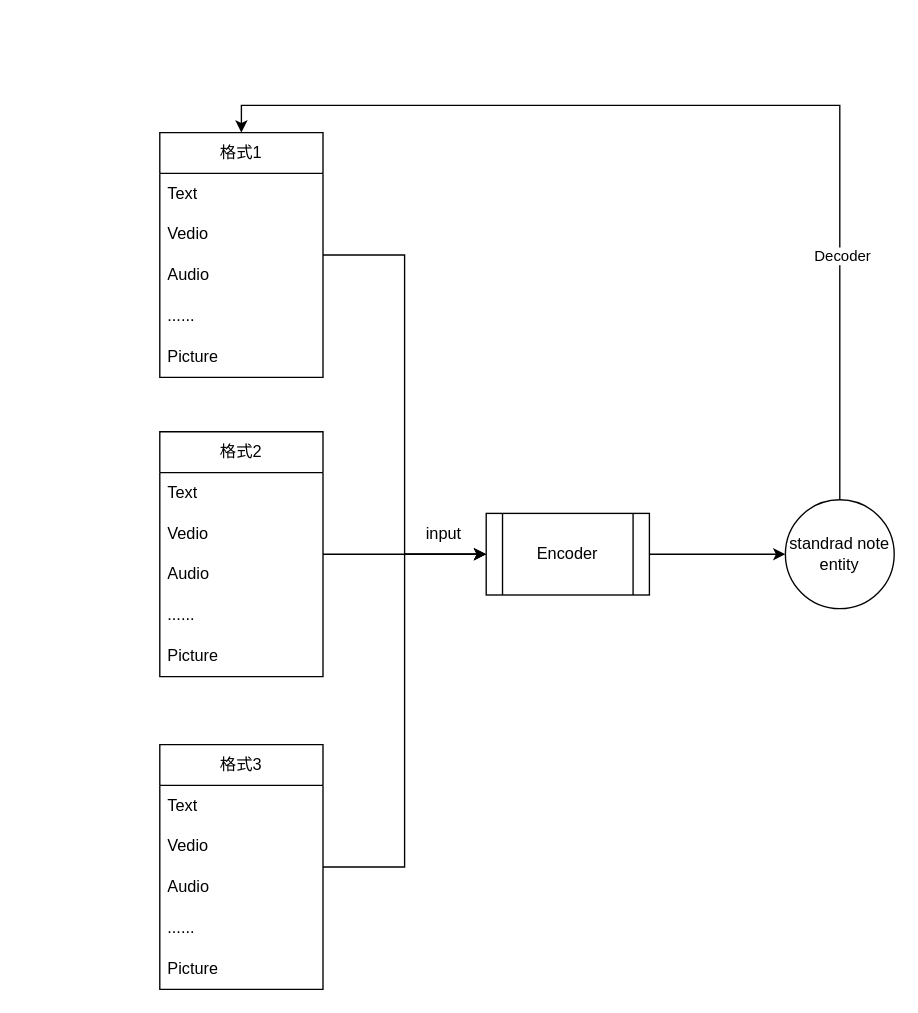
Earlier version of the draw.io diagram docs/日记思路.drawio (Tec-Wang/note). Source tidied: cells renumbered, new cells numbered last; positions are measured from the earlier drawing's top-left corner, leaving out a move shared by most shapes. Both pictures are drawn from the tidied source at 136%, with x=0, y=0 at pixel (159, 105).
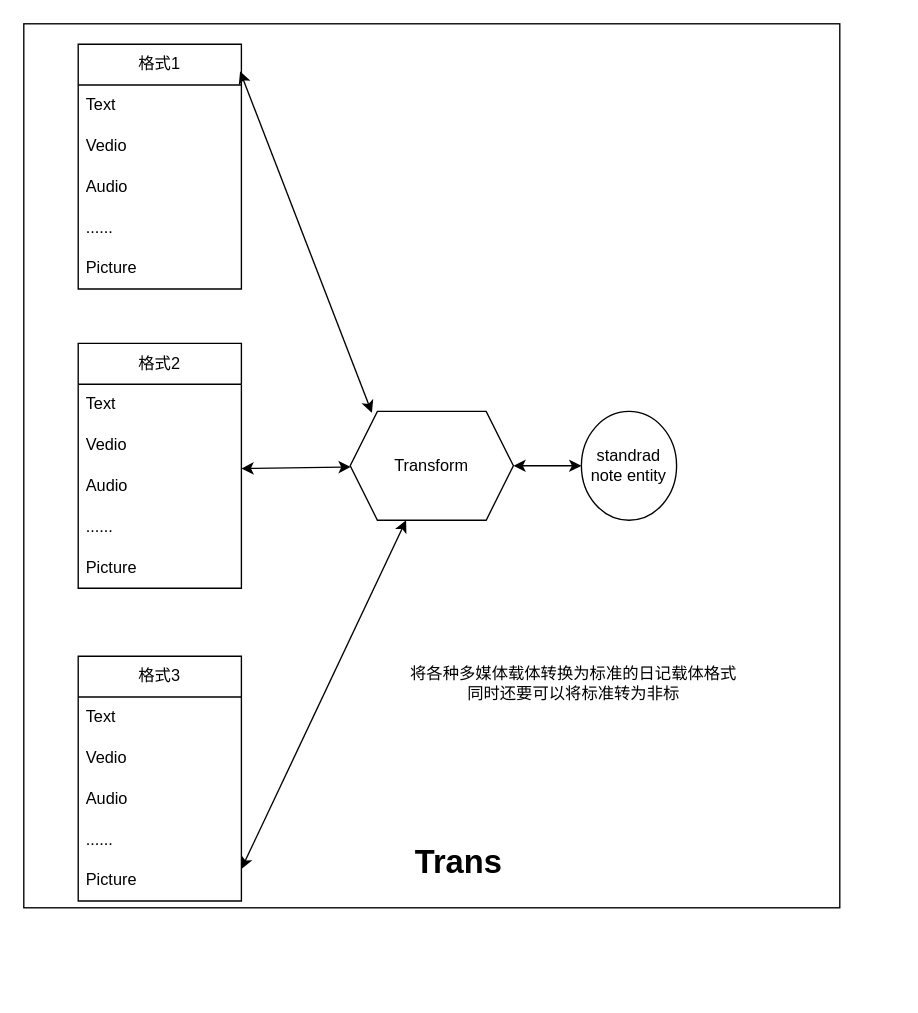
After the change.

Commit message:
更新设计图

Unchanged cells that the change refers to:
```xml
<mxCell id="13" value="Audio" style="text;strokeColor=none;fillColor=none;align=left;verticalAlign=middle;spacingLeft=4;spacingRight=4;overflow=hidden;points=[[0,0.5],[1,0.5]];portConstraint=eastwest;whiteSpace=wrap;html=1;" parent="10" vertex="1">
  <mxGeometry y="90" width="120" height="30" as="geometry" />
</mxCell>
```

Diff of the diagram source:
```diff
@@
-    <mxCell id="2" style="edgeStyle=orthogonalEdgeStyle;rounded=0;jettySize=auto;html=1;entryX=0;entryY=0.5;entryDx=0;entryDy=0;" parent="1" edge="1" source="3" target="24">
-      <mxGeometry relative="1" as="geometry" />
-    </mxCell>
+    <mxCell id="29" style="group;" parent="1" vertex="1">
+      <mxGeometry x="-100" y="-60" width="600" height="650" as="geometry" />
+    </mxCell>
+    <mxCell id="30" value="&lt;blockquote style=&quot;margin: 0 0 0 40px; border: none; padding: 0px;&quot;&gt;&lt;h1 style=&quot;&quot;&gt;Trans&lt;/h1&gt;&lt;/blockquote&gt;" style="rounded=0;whiteSpace=wrap;html=1;align=center;verticalAlign=bottom;" parent="29" vertex="1">
+      <mxGeometry width="600" height="650" as="geometry" />
+    </mxCell>
-    <mxCell id="3" value="格式1" style="swimlane;fontStyle=0;horizontal=1;startSize=30;whiteSpace=wrap;html=1;" parent="1" vertex="1">
-      <mxGeometry y="20" width="120" height="180" as="geometry" />
+    <mxCell id="3" value="格式1" style="swimlane;fontStyle=0;horizontal=1;startSize=30;whiteSpace=wrap;html=1;" parent="29" vertex="1">
+      <mxGeometry x="40" y="15" width="120" height="180" as="geometry" />
     </mxCell>
@@
-    <mxCell id="9" style="edgeStyle=orthogonalEdgeStyle;rounded=0;jettySize=auto;html=1;entryX=0;entryY=0.5;entryDx=0;entryDy=0;" parent="1" edge="1" source="10" target="24">
-      <mxGeometry relative="1" as="geometry" />
-    </mxCell>
-    <mxCell id="10" value="格式2" style="swimlane;fontStyle=0;horizontal=1;startSize=30;whiteSpace=wrap;html=1;" parent="1" vertex="1">
-      <mxGeometry y="240" width="120" height="180" as="geometry" />
+    <mxCell id="10" value="格式2" style="swimlane;fontStyle=0;horizontal=1;startSize=30;whiteSpace=wrap;html=1;" parent="29" vertex="1">
+      <mxGeometry x="40" y="235" width="120" height="180" as="geometry" />
     </mxCell>
@@
-    <mxCell id="16" style="edgeStyle=orthogonalEdgeStyle;rounded=0;jettySize=auto;html=1;entryX=0;entryY=0.5;entryDx=0;entryDy=0;" parent="1" edge="1" source="17" target="24">
-      <mxGeometry relative="1" as="geometry" />
-    </mxCell>
-    <mxCell id="17" value="格式3" style="swimlane;fontStyle=0;horizontal=1;startSize=30;whiteSpace=wrap;html=1;" parent="1" vertex="1">
-      <mxGeometry y="470" width="120" height="180" as="geometry" />
+    <mxCell id="17" value="格式3" style="swimlane;fontStyle=0;horizontal=1;startSize=30;whiteSpace=wrap;html=1;" parent="29" vertex="1">
+      <mxGeometry x="40" y="465" width="120" height="180" as="geometry" />
     </mxCell>
@@
-    <mxCell id="23" style="edgeStyle=orthogonalEdgeStyle;rounded=0;jettySize=auto;html=1;" parent="1" edge="1" source="24" target="28">
-      <mxGeometry relative="1" as="geometry" />
-    </mxCell>
-    <mxCell id="24" value="Enc&lt;span style=&quot;background-color: initial;&quot;&gt;oder&lt;/span&gt;" style="shape=process;whiteSpace=wrap;html=1;backgroundOutline=1;" parent="1" vertex="1">
-      <mxGeometry x="240" y="300" width="120" height="60" as="geometry" />
-    </mxCell>
-    <mxCell id="25" value="input" style="text;strokeColor=none;fillColor=none;align=left;verticalAlign=middle;spacingLeft=4;spacingRight=4;overflow=hidden;whiteSpace=wrap;html=1;" parent="1" vertex="1">
-      <mxGeometry x="190" y="300" width="120" height="30" as="geometry" />
-    </mxCell>
-    <mxCell id="26" style="edgeStyle=orthogonalEdgeStyle;rounded=0;jettySize=auto;html=1;entryX=0.5;entryY=0;entryDx=0;entryDy=0;" parent="1" edge="1" source="28" target="3">
-      <mxGeometry relative="1" as="geometry">
-        <Array as="points">
-          <mxPoint x="500" />
-          <mxPoint x="60" />
-        </Array>
-      </mxGeometry>
-    </mxCell>
-    <mxCell id="27" value="Decoder" style="edgeLabel;html=1;align=center;verticalAlign=middle;" parent="26" vertex="1">
-      <mxGeometry x="-0.52" y="-1" relative="1" as="geometry" />
-    </mxCell>
-    <mxCell id="28" value="standrad note entity" style="ellipse;whiteSpace=wrap;html=1;" parent="1" vertex="1">
-      <mxGeometry x="460" y="290" width="80" height="80" as="geometry" />
+    <mxCell id="28" value="standrad note entity" style="ellipse;whiteSpace=wrap;html=1;" parent="29" vertex="1">
+      <mxGeometry x="410" y="285" width="70" height="80" as="geometry" />
     </mxCell>
+    <mxCell id="31" value="Transform" style="shape=hexagon;perimeter=hexagonPerimeter2;whiteSpace=wrap;html=1;fixedSize=1;" parent="29" vertex="1">
+      <mxGeometry x="240" y="285" width="120" height="80" as="geometry" />
+    </mxCell>
+    <mxCell id="32" style="endArrow=classic;startArrow=classic;html=1;rounded=0;exitX=1;exitY=0.067;exitDx=0;exitDy=0;exitPerimeter=0;" parent="29" edge="1" source="13" target="31">
+      <mxGeometry relative="1" as="geometry" />
+    </mxCell>
+    <mxCell id="33" style="endArrow=classic;startArrow=classic;html=1;rounded=0;entryX=0.133;entryY=0.013;entryDx=0;entryDy=0;entryPerimeter=0;exitX=0.992;exitY=0.111;exitDx=0;exitDy=0;exitPerimeter=0;" parent="29" edge="1" source="3" target="31">
+      <mxGeometry relative="1" as="geometry" />
+    </mxCell>
+    <mxCell id="34" style="endArrow=classic;startArrow=classic;html=1;rounded=0;exitX=1;exitY=0.072;exitDx=0;exitDy=0;exitPerimeter=0;" parent="29" edge="1" target="31">
+      <mxGeometry relative="1" as="geometry">
+        <mxPoint x="160" y="621.4" as="sourcePoint" />
+      </mxGeometry>
+    </mxCell>
+    <mxCell id="35" style="endArrow=classic;startArrow=classic;html=1;rounded=0;exitX=1;exitY=0.5;exitDx=0;exitDy=0;" parent="29" edge="1" source="31" target="28">
+      <mxGeometry relative="1" as="geometry" />
+    </mxCell>
+    <mxCell id="36" value="将各种多媒体载体转换为标准的日记载体格式&lt;br&gt;同时还要可以将标准转为非标" style="text;html=1;align=center;verticalAlign=middle;strokeColor=none;fillColor=none;" parent="29" vertex="1">
+      <mxGeometry x="274" y="465" width="260" height="40" as="geometry" />
+    </mxCell>
```
